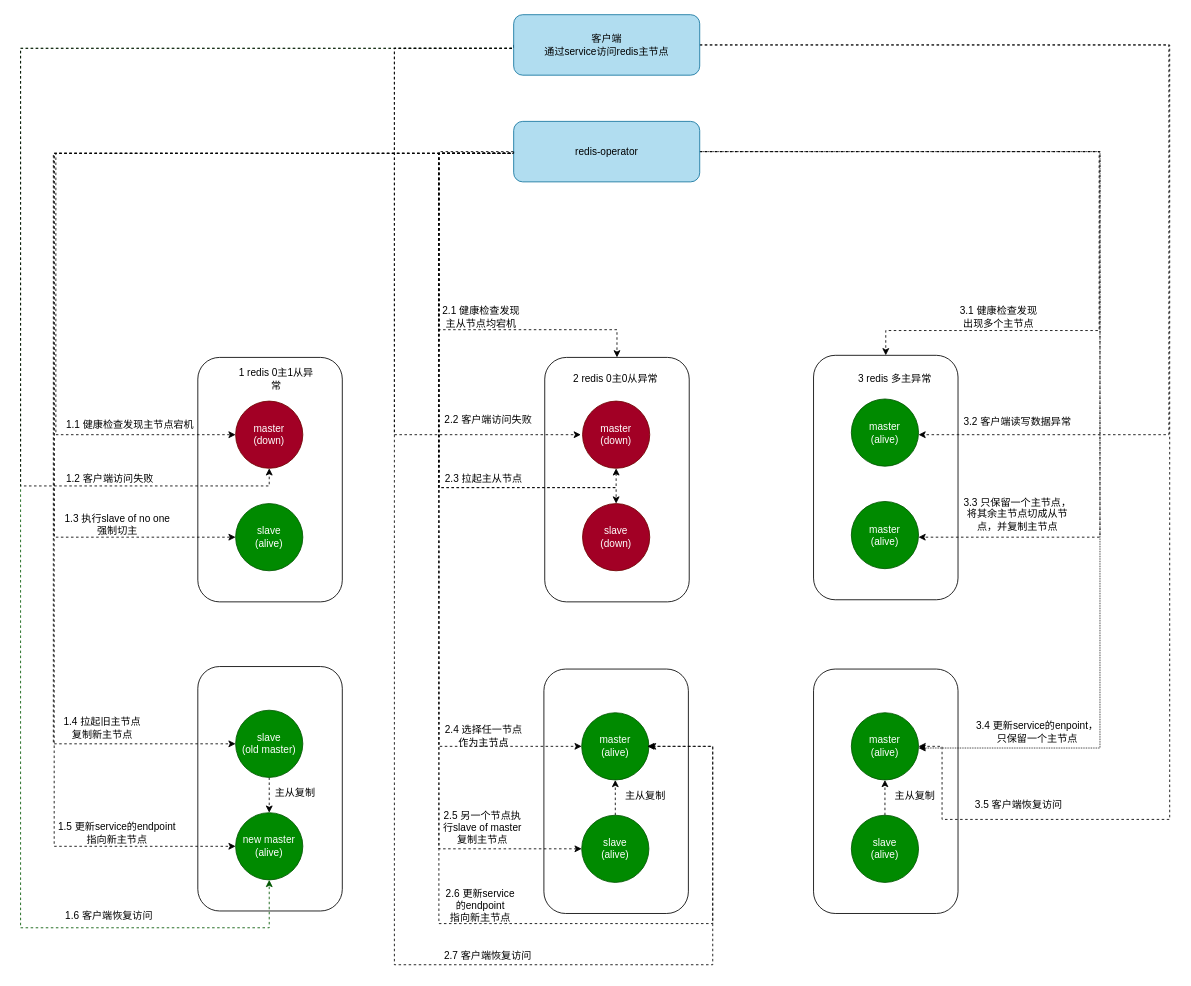
Earlier version of the draw.io diagram diagrams/redis主从版多主0主异常.drawio (fengyinqiao/cloudimg). Source tidied: cells renumbered, new cells numbered last; positions are measured from the earlier drawing's top-left corner, leaving out a move shared by most shapes. Both pictures are drawn from the tidied source at 84%, with x=0, y=0 at pixel (20, 14).
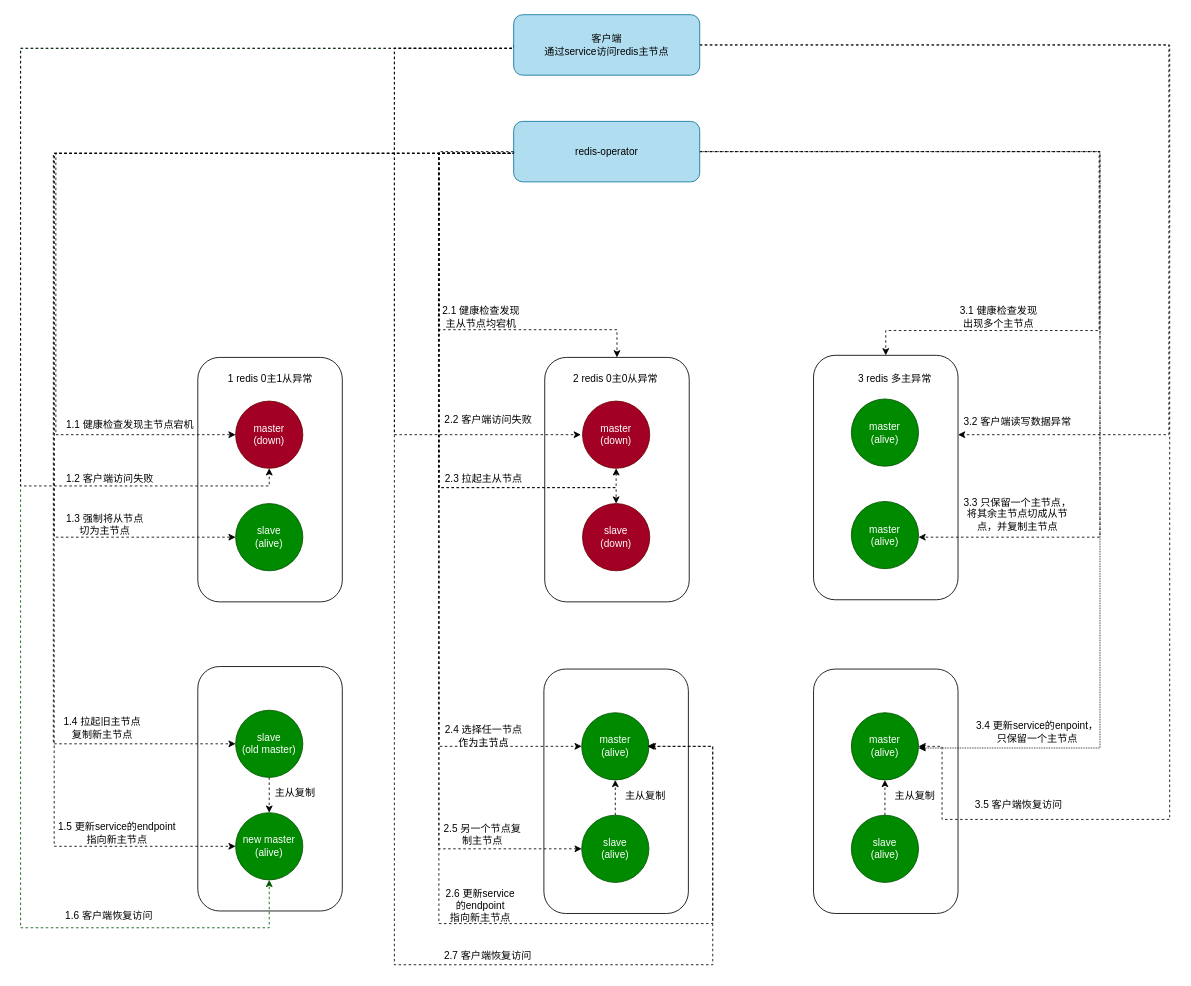
After the change.

Commit message:
更新redis主从版多主0主异常.drawio

Unchanged cells that the change refers to:
```xml
<mxCell id="2" style="rounded=1;whiteSpace=wrap;html=1;" parent="1" vertex="1">
  <mxGeometry x="944" y="405.5" width="172" height="291" as="geometry" />
</mxCell>
<mxCell id="14" value="客户端&lt;br&gt;通过service访问redis主节点" style="rounded=1;whiteSpace=wrap;html=1;fillColor=#b1ddf0;strokeColor=#10739e;" parent="1" vertex="1">
  <mxGeometry x="587" width="221.5" height="72" as="geometry" />
</mxCell>
<mxCell id="18" value="master&lt;br&gt;(alive)" style="ellipse;whiteSpace=wrap;html=1;fillColor=#008a00;fontColor=#ffffff;strokeColor=#005700;" parent="1" vertex="1">
  <mxGeometry x="989" y="457.5" width="80" height="80" as="geometry" />
</mxCell>
```

Change to the diagram source:
```diff
@@
-    <mxCell id="3" style="edgeStyle=orthogonalEdgeStyle;rounded=0;jettySize=auto;html=1;exitX=1;exitY=0.5;exitDx=0;exitDy=0;dashed=1;" parent="1" edge="1" source="14" target="18">
+    <mxCell id="3" style="edgeStyle=orthogonalEdgeStyle;rounded=0;jettySize=auto;html=1;exitX=1;exitY=0.5;exitDx=0;exitDy=0;dashed=1;" parent="1" edge="1" source="14" target="2">
       <mxGeometry relative="1" as="geometry">
         <Array as="points">
           <mxPoint x="1367" y="36" />
           <mxPoint x="1367" y="500" />
         </Array>
       </mxGeometry>
     </mxCell>
@@
     <mxCell id="17" value="1 redis 0主1从异常" style="text;html=1;strokeColor=none;fillColor=none;align=center;verticalAlign=middle;whiteSpace=wrap;rounded=0;" parent="1" vertex="1">
-      <mxGeometry x="256" y="419" width="97" height="30" as="geometry" />
+      <mxGeometry x="244.5" y="419" width="105" height="30" as="geometry" />
     </mxCell>
@@
-    <mxCell id="51" value="1.3 执行slave of no one&lt;br&gt;强制切主" style="text;html=1;align=center;verticalAlign=middle;strokeColor=none;fillColor=none;" parent="1" vertex="1">
-      <mxGeometry x="43.5" y="586" width="143" height="41" as="geometry" />
+    <mxCell id="51" value="1.3 强制将从节点&lt;br&gt;切为主节点" style="text;html=1;align=center;verticalAlign=middle;strokeColor=none;fillColor=none;" parent="1" vertex="1">
+      <mxGeometry x="44.5" y="586" width="110" height="41" as="geometry" />
     </mxCell>
@@
-    <mxCell id="56" value="2.5 另一个节点执行slave of master复制主节点" style="text;html=1;strokeColor=none;fillColor=none;align=center;verticalAlign=middle;whiteSpace=wrap;rounded=0;" parent="1" vertex="1">
-      <mxGeometry x="500" y="953" width="100" height="30" as="geometry" />
+    <mxCell id="56" value="2.5 另一个节点复制主节点" style="text;html=1;strokeColor=none;fillColor=none;align=center;verticalAlign=middle;whiteSpace=wrap;rounded=0;" parent="1" vertex="1">
+      <mxGeometry x="500" y="961" width="100" height="30" as="geometry" />
     </mxCell>
```
